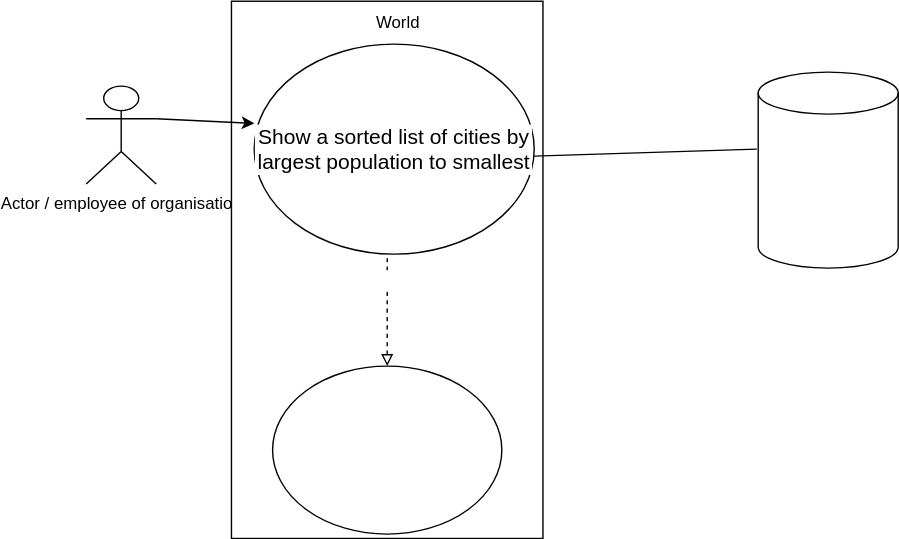
Above: use-cases/citiesDiagram.svg in RoryM18/sem_group20 (draw.io), before the change. Source tidied: cells renumbered, new cells last; positions are measured from the earlier drawing's top-left corner, leaving out a move shared by most shapes.
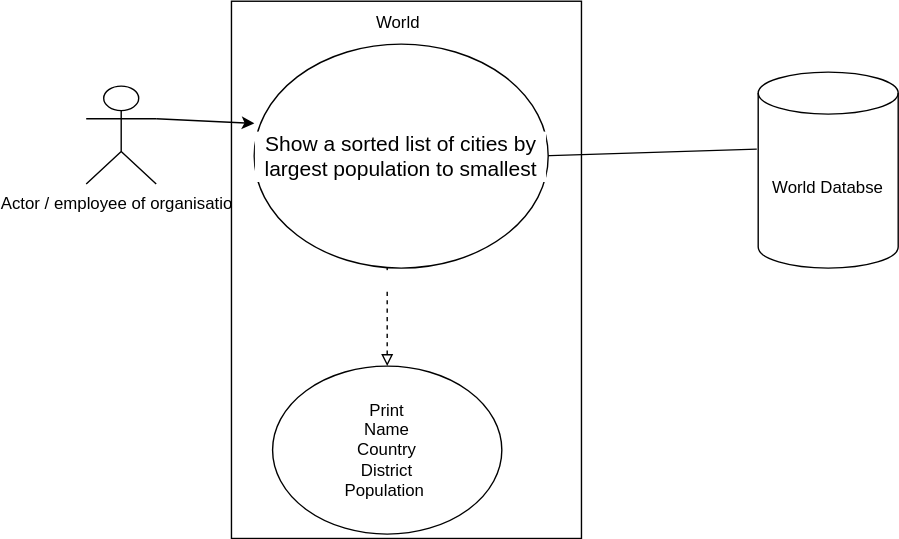
The same diagram one commit later.

The edit, as a diff of the source:
```diff
@@ -6,12 +6,12 @@
       <mxGeometry y="60" width="50" height="70" as="geometry" />
     </mxCell>
     <mxCell id="3" style="rounded=0;whiteSpace=wrap;html=1;rotation=-90;" parent="1" vertex="1">
-      <mxGeometry x="23.1" y="80" width="383.8" height="222.5" as="geometry" />
+      <mxGeometry x="36.9" y="66.2" width="383.8" height="250" as="geometry" />
     </mxCell>
     <mxCell id="4" value="World" style="text;html=1;strokeColor=none;fillColor=none;align=center;verticalAlign=middle;whiteSpace=wrap;rounded=0;" parent="1" vertex="1">
       <mxGeometry x="192.5" width="60" height="30" as="geometry" />
     </mxCell>
-    <mxCell id="5" value="&lt;span style=&quot;color: rgb(255 , 255 , 255)&quot;&gt;Print cities&lt;/span&gt;&lt;br style=&quot;color: rgb(255 , 255 , 255)&quot;&gt;&lt;span style=&quot;color: rgb(255 , 255 , 255)&quot;&gt;Name&lt;/span&gt;&lt;br style=&quot;color: rgb(255 , 255 , 255)&quot;&gt;&lt;span style=&quot;color: rgb(255 , 255 , 255)&quot;&gt;Country&lt;/span&gt;&lt;br style=&quot;color: rgb(255 , 255 , 255)&quot;&gt;&lt;span style=&quot;color: rgb(255 , 255 , 255)&quot;&gt;District&lt;/span&gt;&lt;br style=&quot;color: rgb(255 , 255 , 255)&quot;&gt;&lt;span style=&quot;color: rgb(255 , 255 , 255)&quot;&gt;Population&amp;nbsp;&lt;/span&gt;" style="ellipse;whiteSpace=wrap;html=1;fontColor=#000000;" parent="1" vertex="1">
+    <mxCell id="5" value="Print&lt;br&gt;Name&lt;br&gt;Country&lt;br&gt;District&lt;br&gt;Population&amp;nbsp;" style="ellipse;whiteSpace=wrap;html=1;fontColor=#000000;" parent="1" vertex="1">
       <mxGeometry x="133.1" y="260" width="163.8" height="120" as="geometry" />
     </mxCell>
     <mxCell id="6" value="&lt;font color=&quot;#ffffff&quot;&gt;Include&lt;/font&gt;" style="endArrow=none;dashed=1;html=1;rounded=0;fontColor=#000000;exitX=0.5;exitY=0;exitDx=0;exitDy=0;entryX=0.5;entryY=1;entryDx=0;entryDy=0;startArrow=block;startFill=0;" parent="1" edge="1" source="5">
@@ -24,7 +24,7 @@
         <mxPoint x="120.1" y="86.6" as="targetPoint" />
       </mxGeometry>
     </mxCell>
-    <mxCell id="8" value="&lt;font color=&quot;#ffffff&quot;&gt;World Databse&lt;/font&gt;" style="shape=cylinder3;whiteSpace=wrap;html=1;boundedLbl=1;backgroundOutline=1;size=15;fontColor=#000000;" parent="1" vertex="1">
+    <mxCell id="8" value="World Databse" style="shape=cylinder3;whiteSpace=wrap;html=1;boundedLbl=1;backgroundOutline=1;size=15;fontColor=#000000;" parent="1" vertex="1">
       <mxGeometry x="480" y="50" width="100" height="140" as="geometry" />
     </mxCell>
     <mxCell id="9" style="endArrow=none;html=1;rounded=0;fontColor=#000000;exitX=1;exitY=0.5;exitDx=0;exitDy=0;entryX=-0.01;entryY=0.393;entryDx=0;entryDy=0;entryPerimeter=0;" parent="1" edge="1" target="8">
@@ -33,7 +33,7 @@
       </mxGeometry>
     </mxCell>
     <mxCell id="10" value="Show a sorted list of cities by largest population to smallest" style="ellipse;whiteSpace=wrap;html=1;labelBackgroundColor=default;fontFamily=Helvetica;fontSize=15;" parent="1" vertex="1">
-      <mxGeometry x="120" y="30" width="200" height="150" as="geometry" />
+      <mxGeometry x="120" y="30" width="210" height="160" as="geometry" />
     </mxCell>
   </root>
 </mxGraphModel>
```
